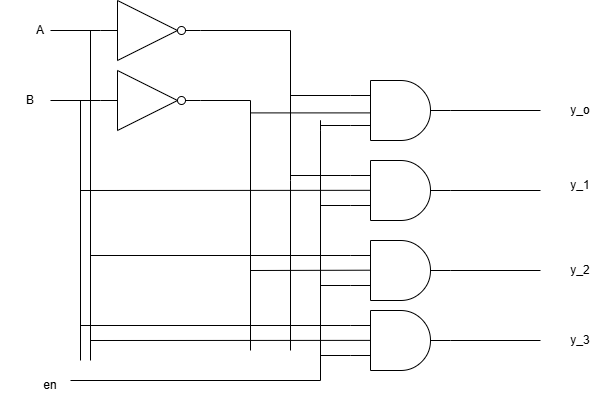
Earlier version of the draw.io export 2X4decoder.drawio.png (wakilkhan0331-rgb/Draw.io_work-). Source tidied: cells renumbered, new cells last; positions are measured from the earlier drawing's top-left corner, leaving out a move shared by most shapes.
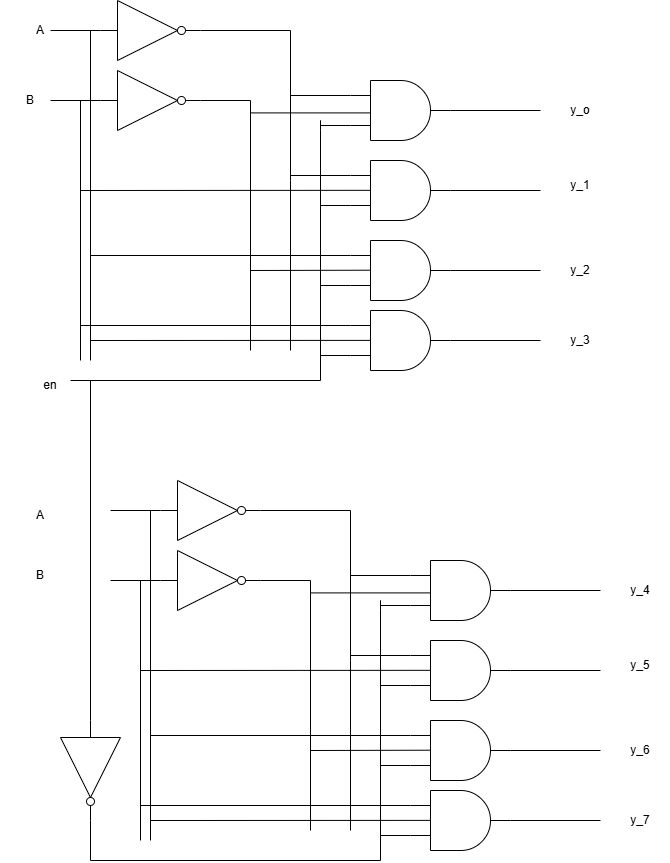
After the change.

The edit, as a diff of the source:
```diff
@@ -178,5 +178,191 @@
     <mxCell id="39" value="y_3" style="text;html=1;whiteSpace=wrap;strokeColor=none;fillColor=none;align=center;verticalAlign=middle;rounded=0;" parent="1" vertex="1">
       <mxGeometry x="550" y="325" width="60" height="30" as="geometry" />
     </mxCell>
+    <mxCell id="40" style="verticalLabelPosition=bottom;shadow=0;dashed=0;align=center;html=1;verticalAlign=top;shape=mxgraph.electrical.logic_gates.logic_gate;operation=and;labelPerimeter=1;" parent="1" vertex="1">
+      <mxGeometry x="410" y="640" width="100" height="60" as="geometry" />
+    </mxCell>
+    <mxCell id="41" style="verticalLabelPosition=bottom;shadow=0;dashed=0;align=center;html=1;verticalAlign=top;shape=mxgraph.electrical.logic_gates.logic_gate;operation=and;labelPerimeter=1;" parent="1" vertex="1">
+      <mxGeometry x="410" y="560" width="100" height="60" as="geometry" />
+    </mxCell>
+    <mxCell id="42" style="verticalLabelPosition=bottom;shadow=0;dashed=0;align=center;html=1;verticalAlign=top;shape=mxgraph.electrical.logic_gates.logic_gate;operation=and;labelPerimeter=1;" parent="1" vertex="1">
+      <mxGeometry x="410" y="720" width="100" height="60" as="geometry" />
+    </mxCell>
+    <mxCell id="43" style="verticalLabelPosition=bottom;shadow=0;dashed=0;align=center;html=1;verticalAlign=top;shape=mxgraph.electrical.logic_gates.logic_gate;operation=and;labelPerimeter=1;" parent="1" vertex="1">
+      <mxGeometry x="410" y="790" width="100" height="60" as="geometry" />
+    </mxCell>
+    <mxCell id="44" style="verticalLabelPosition=bottom;shadow=0;dashed=0;align=center;html=1;verticalAlign=top;shape=mxgraph.electrical.logic_gates.inverter_2;labelPerimeter=1;" parent="1" vertex="1">
+      <mxGeometry x="160" y="480" width="100" height="60" as="geometry" />
+    </mxCell>
+    <mxCell id="45" style="verticalLabelPosition=bottom;shadow=0;dashed=0;align=center;html=1;verticalAlign=top;shape=mxgraph.electrical.logic_gates.inverter_2;labelPerimeter=1;" parent="1" vertex="1">
+      <mxGeometry x="160" y="550" width="100" height="60" as="geometry" />
+    </mxCell>
+    <mxCell id="46" style="endArrow=none;html=1;rounded=0;defaultLabelBackgroundColor=page;labelPadding=0 4;edgeStyle=orthogonalEdgeStyle;" parent="1" edge="1">
+      <mxGeometry x="-0.48" relative="1" as="geometry">
+        <mxPoint x="380" y="600" as="sourcePoint" />
+        <mxPoint x="380" y="610" as="targetPoint" />
+      </mxGeometry>
+    </mxCell>
+    <mxCell id="47" style="endArrow=none;html=1;rounded=0;defaultLabelBackgroundColor=page;labelPadding=0 4;edgeStyle=orthogonalEdgeStyle;" parent="1" edge="1">
+      <mxGeometry x="-0.48" relative="1" as="geometry">
+        <mxPoint x="380" y="610" as="sourcePoint" />
+        <mxPoint x="380" y="600" as="targetPoint" />
+      </mxGeometry>
+    </mxCell>
+    <mxCell id="48" style="endArrow=none;html=1;rounded=0;defaultLabelBackgroundColor=page;labelPadding=0 4;edgeStyle=orthogonalEdgeStyle;" parent="1" edge="1">
+      <mxGeometry x="-0.48" relative="1" as="geometry">
+        <mxPoint x="130" y="860" as="sourcePoint" />
+        <mxPoint x="380" y="610" as="targetPoint" />
+      </mxGeometry>
+    </mxCell>
+    <mxCell id="49" style="endArrow=none;html=1;rounded=0;defaultLabelBackgroundColor=page;labelPadding=0 4;entryX=0;entryY=0.75;entryDx=0;entryDy=0;entryPerimeter=0;" parent="1" edge="1" target="43">
+      <mxGeometry relative="1" as="geometry">
+        <mxPoint x="380" y="835" as="sourcePoint" />
+      </mxGeometry>
+    </mxCell>
+    <mxCell id="50" style="endArrow=none;html=1;rounded=0;defaultLabelBackgroundColor=page;labelPadding=0 4;entryX=0;entryY=0.75;entryDx=0;entryDy=0;entryPerimeter=0;" parent="1" edge="1" target="42">
+      <mxGeometry relative="1" as="geometry">
+        <mxPoint x="380" y="765" as="sourcePoint" />
+      </mxGeometry>
+    </mxCell>
+    <mxCell id="51" style="endArrow=none;html=1;rounded=0;defaultLabelBackgroundColor=page;labelPadding=0 4;entryX=0;entryY=0.75;entryDx=0;entryDy=0;entryPerimeter=0;" parent="1" edge="1" target="40">
+      <mxGeometry relative="1" as="geometry">
+        <mxPoint x="380" y="685" as="sourcePoint" />
+      </mxGeometry>
+    </mxCell>
+    <mxCell id="52" style="endArrow=none;html=1;rounded=0;defaultLabelBackgroundColor=page;labelPadding=0 4;entryX=0;entryY=0.75;entryDx=0;entryDy=0;entryPerimeter=0;" parent="1" edge="1" target="41">
+      <mxGeometry relative="1" as="geometry">
+        <mxPoint x="380" y="605" as="sourcePoint" />
+      </mxGeometry>
+    </mxCell>
+    <mxCell id="53" style="endArrow=none;html=1;rounded=0;defaultLabelBackgroundColor=page;labelPadding=0 4;entryX=1;entryY=0.5;entryDx=0;entryDy=0;entryPerimeter=0;edgeStyle=orthogonalEdgeStyle;" parent="1" edge="1" target="44">
+      <mxGeometry x="0.32" relative="1" as="geometry">
+        <mxPoint x="350" y="830" as="sourcePoint" />
+        <Array as="points">
+          <mxPoint x="350" y="660" />
+          <mxPoint x="350" y="510" />
+        </Array>
+      </mxGeometry>
+    </mxCell>
+    <mxCell id="54" style="endArrow=none;html=1;rounded=0;defaultLabelBackgroundColor=page;labelPadding=0 4;entryX=0;entryY=0.25;entryDx=0;entryDy=0;entryPerimeter=0;" parent="1" edge="1" target="41">
+      <mxGeometry relative="1" as="geometry">
+        <mxPoint x="350" y="575" as="sourcePoint" />
+      </mxGeometry>
+    </mxCell>
+    <mxCell id="55" style="endArrow=none;html=1;rounded=0;defaultLabelBackgroundColor=page;labelPadding=0 4;entryX=0;entryY=0.25;entryDx=0;entryDy=0;entryPerimeter=0;" parent="1" edge="1" target="40">
+      <mxGeometry relative="1" as="geometry">
+        <mxPoint x="350" y="655" as="sourcePoint" />
+      </mxGeometry>
+    </mxCell>
+    <mxCell id="56" style="endArrow=none;html=1;rounded=0;defaultLabelBackgroundColor=page;labelPadding=0 4;entryX=1;entryY=0.5;entryDx=0;entryDy=0;entryPerimeter=0;edgeStyle=orthogonalEdgeStyle;" parent="1" edge="1" target="45">
+      <mxGeometry x="0.83" relative="1" as="geometry">
+        <mxPoint x="310" y="830" as="sourcePoint" />
+        <Array as="points">
+          <mxPoint x="310" y="580" />
+        </Array>
+      </mxGeometry>
+    </mxCell>
+    <mxCell id="57" style="endArrow=none;html=1;rounded=0;defaultLabelBackgroundColor=page;labelPadding=0 4;entryX=0.2;entryY=0.54;entryDx=0;entryDy=0;entryPerimeter=0;" parent="1" edge="1" target="41">
+      <mxGeometry relative="1" as="geometry">
+        <mxPoint x="310" y="592.4" as="sourcePoint" />
+      </mxGeometry>
+    </mxCell>
+    <mxCell id="58" style="endArrow=none;html=1;rounded=0;defaultLabelBackgroundColor=page;labelPadding=0 4;entryX=0.203;entryY=0.495;entryDx=0;entryDy=0;entryPerimeter=0;" parent="1" edge="1" target="42">
+      <mxGeometry relative="1" as="geometry">
+        <mxPoint x="310" y="750" as="sourcePoint" />
+      </mxGeometry>
+    </mxCell>
+    <mxCell id="59" style="endArrow=none;html=1;rounded=0;defaultLabelBackgroundColor=page;labelPadding=0 4;entryX=0;entryY=0.5;entryDx=0;entryDy=0;entryPerimeter=0;" parent="1" edge="1" target="45">
+      <mxGeometry relative="1" as="geometry">
+        <mxPoint x="110" y="580" as="sourcePoint" />
+      </mxGeometry>
+    </mxCell>
+    <mxCell id="60" style="endArrow=none;html=1;rounded=0;defaultLabelBackgroundColor=page;labelPadding=0 4;exitX=0;exitY=0.5;exitDx=0;exitDy=0;exitPerimeter=0;" parent="1" edge="1" source="44">
+      <mxGeometry relative="1" as="geometry">
+        <mxPoint x="110" y="510" as="targetPoint" />
+      </mxGeometry>
+    </mxCell>
+    <mxCell id="61" style="endArrow=none;html=1;rounded=0;defaultLabelBackgroundColor=page;labelPadding=0 4;" parent="1" edge="1">
+      <mxGeometry relative="1" as="geometry">
+        <mxPoint x="140" y="580" as="sourcePoint" />
+        <mxPoint x="140" y="840" as="targetPoint" />
+      </mxGeometry>
+    </mxCell>
+    <mxCell id="62" style="endArrow=none;html=1;rounded=0;defaultLabelBackgroundColor=page;labelPadding=0 4;" parent="1" edge="1">
+      <mxGeometry relative="1" as="geometry">
+        <mxPoint x="150" y="840" as="sourcePoint" />
+        <mxPoint x="150" y="510" as="targetPoint" />
+      </mxGeometry>
+    </mxCell>
+    <mxCell id="63" style="endArrow=none;html=1;rounded=0;defaultLabelBackgroundColor=page;labelPadding=0 4;exitX=0.204;exitY=0.498;exitDx=0;exitDy=0;exitPerimeter=0;" parent="1" edge="1" source="43">
+      <mxGeometry relative="1" as="geometry">
+        <mxPoint x="150" y="820" as="targetPoint" />
+      </mxGeometry>
+    </mxCell>
+    <mxCell id="64" style="endArrow=none;html=1;rounded=0;defaultLabelBackgroundColor=page;labelPadding=0 4;entryX=0;entryY=0.25;entryDx=0;entryDy=0;entryPerimeter=0;" parent="1" edge="1" target="42">
+      <mxGeometry relative="1" as="geometry">
+        <mxPoint x="150" y="735" as="sourcePoint" />
+      </mxGeometry>
+    </mxCell>
+    <mxCell id="65" style="endArrow=none;html=1;rounded=0;defaultLabelBackgroundColor=page;labelPadding=0 4;entryX=0;entryY=0.25;entryDx=0;entryDy=0;entryPerimeter=0;" parent="1" edge="1" target="43">
+      <mxGeometry relative="1" as="geometry">
+        <mxPoint x="140" y="805" as="sourcePoint" />
+      </mxGeometry>
+    </mxCell>
+    <mxCell id="66" style="endArrow=none;html=1;rounded=0;defaultLabelBackgroundColor=page;labelPadding=0 4;entryX=0.202;entryY=0.497;entryDx=0;entryDy=0;entryPerimeter=0;" parent="1" edge="1" target="40">
+      <mxGeometry relative="1" as="geometry">
+        <mxPoint x="140" y="670" as="sourcePoint" />
+      </mxGeometry>
+    </mxCell>
+    <mxCell id="67" style="endArrow=none;html=1;rounded=0;defaultLabelBackgroundColor=page;labelPadding=0 4;entryX=1;entryY=0.5;entryDx=0;entryDy=0;entryPerimeter=0;" parent="1" edge="1" target="41">
+      <mxGeometry relative="1" as="geometry">
+        <mxPoint x="600" y="590" as="sourcePoint" />
+      </mxGeometry>
+    </mxCell>
+    <mxCell id="68" style="endArrow=none;html=1;rounded=0;defaultLabelBackgroundColor=page;labelPadding=0 4;entryX=1;entryY=0.5;entryDx=0;entryDy=0;entryPerimeter=0;" parent="1" edge="1" target="40">
+      <mxGeometry relative="1" as="geometry">
+        <mxPoint x="600" y="670" as="sourcePoint" />
+      </mxGeometry>
+    </mxCell>
+    <mxCell id="69" style="endArrow=none;html=1;rounded=0;defaultLabelBackgroundColor=page;labelPadding=0 4;exitX=1;exitY=0.5;exitDx=0;exitDy=0;exitPerimeter=0;" parent="1" edge="1" source="42">
+      <mxGeometry relative="1" as="geometry">
+        <mxPoint x="600" y="750" as="targetPoint" />
+      </mxGeometry>
+    </mxCell>
+    <mxCell id="70" style="endArrow=none;html=1;rounded=0;defaultLabelBackgroundColor=page;labelPadding=0 4;exitX=1;exitY=0.5;exitDx=0;exitDy=0;exitPerimeter=0;" parent="1" edge="1" source="43">
+      <mxGeometry relative="1" as="geometry">
+        <mxPoint x="600" y="820" as="targetPoint" />
+      </mxGeometry>
+    </mxCell>
+    <mxCell id="71" value="y_4" style="text;html=1;whiteSpace=wrap;strokeColor=none;fillColor=none;align=center;verticalAlign=middle;rounded=0;" parent="1" vertex="1">
+      <mxGeometry x="610" y="575" width="60" height="30" as="geometry" />
+    </mxCell>
+    <mxCell id="72" value="y_5" style="text;html=1;whiteSpace=wrap;strokeColor=none;fillColor=none;align=center;verticalAlign=middle;rounded=0;" parent="1" vertex="1">
+      <mxGeometry x="610" y="650" width="60" height="30" as="geometry" />
+    </mxCell>
+    <mxCell id="73" value="y_6" style="text;html=1;whiteSpace=wrap;strokeColor=none;fillColor=none;align=center;verticalAlign=middle;rounded=0;" parent="1" vertex="1">
+      <mxGeometry x="610" y="735" width="60" height="30" as="geometry" />
+    </mxCell>
+    <mxCell id="74" value="y_7" style="text;html=1;whiteSpace=wrap;strokeColor=none;fillColor=none;align=center;verticalAlign=middle;rounded=0;" parent="1" vertex="1">
+      <mxGeometry x="610" y="805" width="60" height="30" as="geometry" />
+    </mxCell>
+    <mxCell id="75" style="verticalLabelPosition=bottom;shadow=0;dashed=0;align=center;html=1;verticalAlign=top;shape=mxgraph.electrical.logic_gates.inverter_2;labelPerimeter=1;direction=south;" parent="1" vertex="1">
+      <mxGeometry x="60" y="720" width="60" height="100" as="geometry" />
+    </mxCell>
+    <mxCell id="76" style="endArrow=none;html=1;rounded=0;defaultLabelBackgroundColor=page;labelPadding=0 4;edgeStyle=orthogonalEdgeStyle;entryX=1;entryY=0.5;entryDx=0;entryDy=0;entryPerimeter=0;" parent="1" edge="1" target="75">
+      <mxGeometry x="-0.33" relative="1" as="geometry">
+        <mxPoint x="140" y="860" as="sourcePoint" />
+      </mxGeometry>
+    </mxCell>
+    <mxCell id="77" style="endArrow=none;html=1;rounded=0;defaultLabelBackgroundColor=page;labelPadding=0 4;exitX=0;exitY=0.5;exitDx=0;exitDy=0;exitPerimeter=0;" parent="1" edge="1" source="75">
+      <mxGeometry relative="1" as="geometry">
+        <mxPoint x="90" y="380" as="targetPoint" />
+      </mxGeometry>
+    </mxCell>
+    <mxCell id="78" value="A" style="text;html=1;whiteSpace=wrap;strokeColor=none;fillColor=none;align=center;verticalAlign=middle;rounded=0;" parent="1" vertex="1">
+      <mxGeometry x="10" y="500" width="60" height="30" as="geometry" />
+    </mxCell>
+    <mxCell id="79" value="B" style="text;html=1;whiteSpace=wrap;strokeColor=none;fillColor=none;align=center;verticalAlign=middle;rounded=0;" parent="1" vertex="1">
+      <mxGeometry x="10" y="560" width="60" height="30" as="geometry" />
+    </mxCell>
   </root>
 </mxGraphModel>
```
